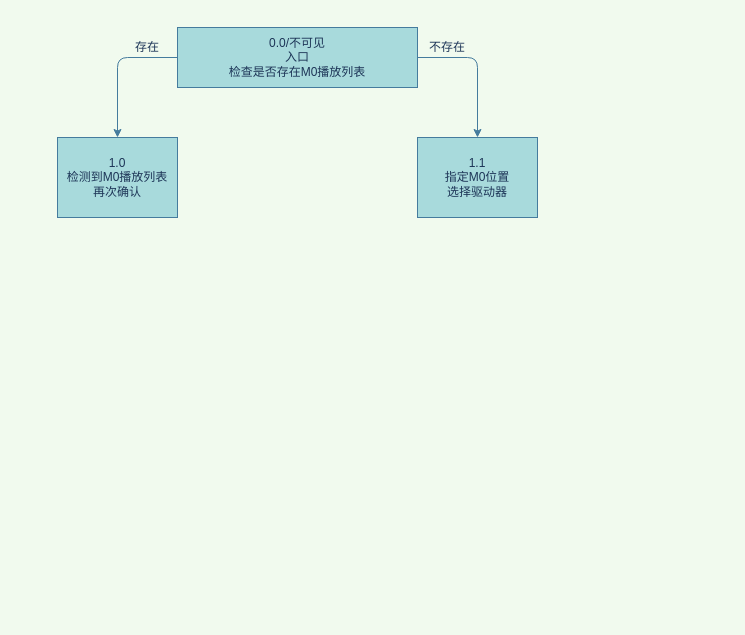
Earlier version of the draw.io diagram GUIDesign/GUI_link-map.drawio (ClokMuch/M0_Playlist_Mgr). Source tidied: cells renumbered, new cells numbered last; positions are measured from the earlier drawing's top-left corner, leaving out a move shared by most shapes. Both pictures are drawn from the tidied source at 100%, with x=0, y=0 at pixel (57, 27).
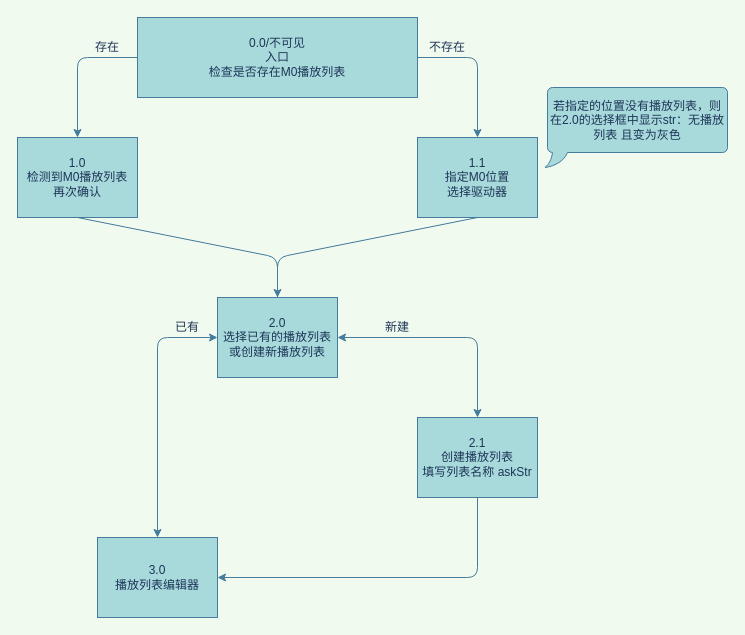
Above is the later version.

The change refers to these unchanged cells:
```xml
<mxCell id="6" value="1.1&lt;br&gt;指定M0位置&lt;br&gt;选择驱动器" style="rounded=0;whiteSpace=wrap;html=1;fillColor=#A8DADC;strokeColor=#457B9D;fontColor=#1D3557;" parent="1" vertex="1">
  <mxGeometry x="360" y="110" width="120" height="80" as="geometry" />
</mxCell>
```

The edit, as a diff of the source:
```diff
@@
     <mxCell id="2" value="1.0&lt;br&gt;检测到M0播放列表&lt;br&gt;再次确认" style="rounded=0;whiteSpace=wrap;html=1;fillColor=#A8DADC;strokeColor=#457B9D;fontColor=#1D3557;" parent="1" vertex="1">
-      <mxGeometry y="110" width="120" height="80" as="geometry" />
+      <mxGeometry x="-40" y="110" width="120" height="80" as="geometry" />
     </mxCell>
     <mxCell id="3" value="0.0/不可见&lt;br&gt;入口&lt;br&gt;检查是否存在M0播放列表" style="rounded=0;whiteSpace=wrap;html=1;fillColor=#A8DADC;strokeColor=#457B9D;fontColor=#1D3557;" parent="1" vertex="1">
-      <mxGeometry x="120" width="240" height="60" as="geometry" />
+      <mxGeometry x="80" y="-10" width="280" height="80" as="geometry" />
     </mxCell>
     <mxCell id="4" style="endArrow=classic;html=1;exitX=0;exitY=0.5;exitDx=0;exitDy=0;entryX=0.5;entryY=0;entryDx=0;entryDy=0;strokeColor=#457B9D;fontColor=#1D3557;labelBackgroundColor=#F1FAEE;" parent="1" edge="1" source="3" target="2">
       <mxGeometry relative="1" as="geometry">
         <Array as="points">
-          <mxPoint x="60" y="30" />
+          <mxPoint x="20" y="30" />
         </Array>
       </mxGeometry>
     </mxCell>
     <mxCell id="5" value="存在" style="text;html=1;strokeColor=none;fillColor=none;align=center;verticalAlign=middle;whiteSpace=wrap;rounded=0;fontColor=#1D3557;" parent="1" vertex="1">
-      <mxGeometry x="60" y="10" width="60" height="20" as="geometry" />
+      <mxGeometry x="20" y="10" width="60" height="20" as="geometry" />
     </mxCell>
@@
-    <mxCell id="7" style="endArrow=classic;html=1;entryX=0.5;entryY=0;entryDx=0;entryDy=0;strokeColor=#457B9D;fontColor=#1D3557;labelBackgroundColor=#F1FAEE;exitX=1;exitY=0.5;exitDx=0;exitDy=0;" parent="1" edge="1" source="3" target="6">
+    <mxCell id="7" style="endArrow=classic;html=1;entryX=0.5;entryY=0;entryDx=0;entryDy=0;strokeColor=#457B9D;fontColor=#1D3557;exitX=1;exitY=0.5;exitDx=0;exitDy=0;labelBackgroundColor=#F1FAEE;" parent="1" edge="1" source="3" target="6">
       <mxGeometry relative="1" as="geometry">
         <Array as="points">
           <mxPoint x="420" y="30" />
         </Array>
       </mxGeometry>
     </mxCell>
@@
+    <mxCell id="9" value="2.0&lt;br&gt;选择已有的播放列表或创建新播放列表" style="rounded=0;whiteSpace=wrap;html=1;fillColor=#A8DADC;strokeColor=#457B9D;fontColor=#1D3557;" parent="1" vertex="1">
+      <mxGeometry x="160" y="270" width="120" height="80" as="geometry" />
+    </mxCell>
+    <mxCell id="10" style="endArrow=classic;html=1;strokeColor=#457B9D;fillColor=#A8DADC;fontColor=#1D3557;exitX=0.5;exitY=1;exitDx=0;exitDy=0;entryX=0.5;entryY=0;entryDx=0;entryDy=0;" parent="1" edge="1" source="2" target="9">
+      <mxGeometry relative="1" as="geometry">
+        <Array as="points">
+          <mxPoint x="220" y="230" />
+        </Array>
+      </mxGeometry>
+    </mxCell>
+    <mxCell id="11" style="endArrow=none;html=1;strokeColor=#457B9D;fillColor=#A8DADC;fontColor=#1D3557;entryX=0.5;entryY=1;entryDx=0;entryDy=0;" parent="1" edge="1" target="6">
+      <mxGeometry relative="1" as="geometry">
+        <mxPoint x="220" y="270" as="sourcePoint" />
+        <Array as="points">
+          <mxPoint x="220" y="230" />
+        </Array>
+      </mxGeometry>
+    </mxCell>
+    <mxCell id="12" value="若指定的位置没有播放列表，则在2.0的选择框中显示str：无播放列表 且变为灰色" style="whiteSpace=wrap;html=1;shape=mxgraph.basic.roundRectCallout;dx=9;dy=15;size=5;boundedLbl=1;rounded=0;sketch=0;strokeColor=#457B9D;fillColor=#A8DADC;fontColor=#1D3557;" parent="1" vertex="1">
+      <mxGeometry x="490" y="60" width="180" height="80" as="geometry" />
+    </mxCell>
+    <mxCell id="13" value="3.0&lt;br&gt;播放列表编辑器" style="rounded=0;whiteSpace=wrap;html=1;sketch=0;strokeColor=#457B9D;fillColor=#A8DADC;fontColor=#1D3557;" parent="1" vertex="1">
+      <mxGeometry x="40" y="510" width="120" height="80" as="geometry" />
+    </mxCell>
+    <mxCell id="14" value="2.1&lt;br&gt;创建播放列表&lt;br&gt;填写列表名称 askStr" style="rounded=0;whiteSpace=wrap;html=1;sketch=0;strokeColor=#457B9D;fillColor=#A8DADC;fontColor=#1D3557;" parent="1" vertex="1">
+      <mxGeometry x="360" y="390" width="120" height="80" as="geometry" />
+    </mxCell>
+    <mxCell id="15" style="endArrow=classic;html=1;strokeColor=#457B9D;fillColor=#A8DADC;fontColor=#1D3557;exitX=0;exitY=0.5;exitDx=0;exitDy=0;entryX=0.5;entryY=0;entryDx=0;entryDy=0;startArrow=classic;startFill=1;" parent="1" edge="1" source="9" target="13">
+      <mxGeometry relative="1" as="geometry">
+        <Array as="points">
+          <mxPoint x="100" y="310" />
+        </Array>
+      </mxGeometry>
+    </mxCell>
+    <mxCell id="16" style="endArrow=classic;html=1;strokeColor=#457B9D;fillColor=#A8DADC;fontColor=#1D3557;exitX=1;exitY=0.5;exitDx=0;exitDy=0;entryX=0.5;entryY=0;entryDx=0;entryDy=0;startArrow=classic;startFill=1;" parent="1" edge="1" source="9" target="14">
+      <mxGeometry relative="1" as="geometry">
+        <Array as="points">
+          <mxPoint x="420" y="310" />
+        </Array>
+      </mxGeometry>
+    </mxCell>
+    <mxCell id="17" value="已有" style="text;html=1;strokeColor=none;fillColor=none;align=center;verticalAlign=middle;whiteSpace=wrap;rounded=0;sketch=0;fontColor=#1D3557;" parent="1" vertex="1">
+      <mxGeometry x="110" y="290" width="40" height="20" as="geometry" />
+    </mxCell>
+    <mxCell id="18" value="新建" style="text;html=1;strokeColor=none;fillColor=none;align=center;verticalAlign=middle;whiteSpace=wrap;rounded=0;sketch=0;fontColor=#1D3557;" parent="1" vertex="1">
+      <mxGeometry x="320" y="290" width="40" height="20" as="geometry" />
+    </mxCell>
+    <mxCell id="19" style="endArrow=classic;html=1;strokeColor=#457B9D;fillColor=#A8DADC;fontColor=#1D3557;exitX=0.5;exitY=1;exitDx=0;exitDy=0;entryX=1;entryY=0.5;entryDx=0;entryDy=0;" parent="1" edge="1" source="14" target="13">
+      <mxGeometry relative="1" as="geometry">
+        <Array as="points">
+          <mxPoint x="420" y="550" />
+        </Array>
+      </mxGeometry>
+    </mxCell>
```
